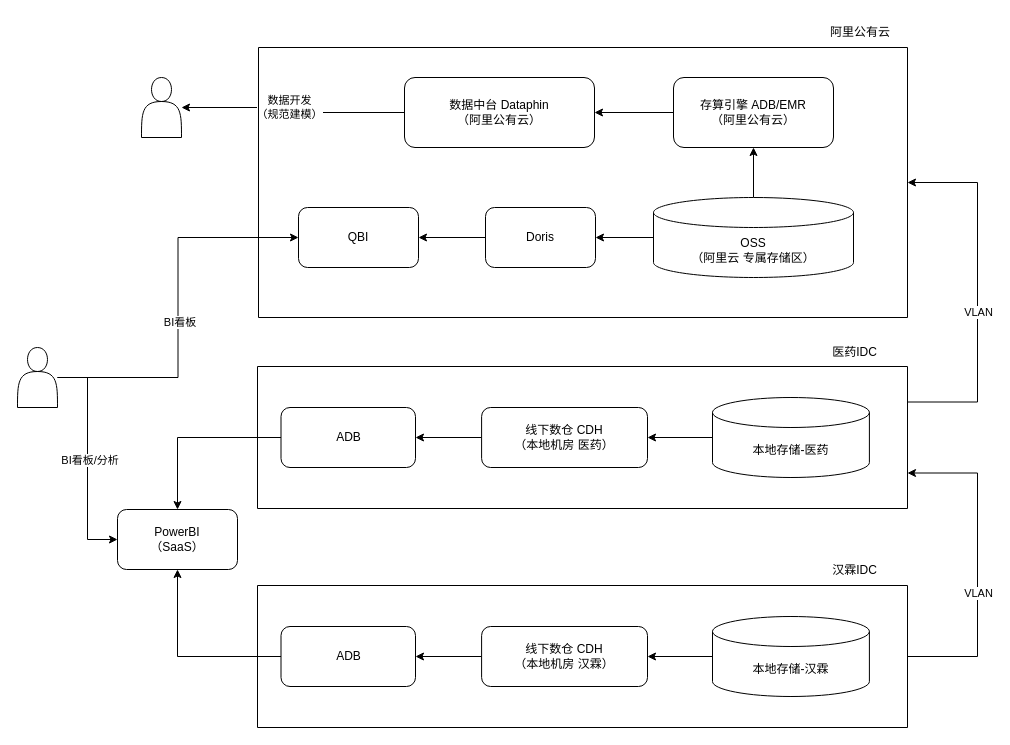
Before: public/医药数据中台及BI.drawio in leestar991/agi-proxy, a draw.io diagram. Source tidied: cells renumbered, new cells numbered last; positions are measured from the earlier drawing's top-left corner, leaving out a move shared by most shapes. Both pictures are drawn from the tidied source at 100%, with x=0, y=0 at pixel (17, 17).
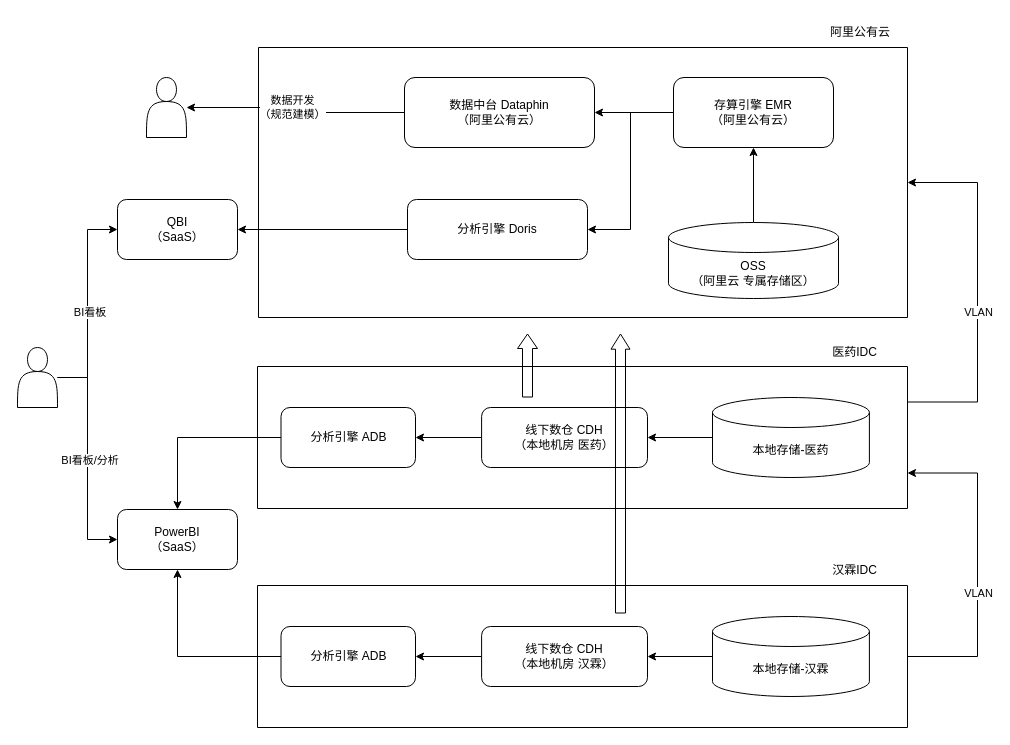
After the change.

Commit message:
更新医药数据中台及BI.drawio

The change refers to these unchanged cells:
```xml
<mxCell id="22" style="group;" parent="1" vertex="1">
  <mxGeometry x="240" y="320" width="650" height="171" as="geometry" />
</mxCell>
<mxCell id="28" style="swimlane;startSize=0;" parent="22" vertex="1">
  <mxGeometry y="29" width="650" height="142" as="geometry" />
</mxCell>
<mxCell id="30" style="group;" parent="1" vertex="1">
  <mxGeometry x="240" y="538" width="650" height="172" as="geometry" />
</mxCell>
```

What changed in the source:
```diff
@@
+    <mxCell id="44" style="edgeStyle=orthogonalEdgeStyle;rounded=0;jettySize=auto;html=1;entryX=1;entryY=0.5;entryDx=0;entryDy=0;" parent="1" edge="1" source="6" target="12">
+      <mxGeometry relative="1" as="geometry" />
+    </mxCell>
-    <mxCell id="6" value="存算引擎&amp;nbsp;&lt;span style=&quot;background-color: initial;&quot;&gt;ADB/EMR&lt;/span&gt;&lt;div&gt;&lt;span style=&quot;background-color: initial;&quot;&gt;（阿里公有云）&lt;/span&gt;&lt;/div&gt;" style="rounded=1;whiteSpace=wrap;html=1;" parent="1" vertex="1">
+    <mxCell id="6" value="存算引擎&amp;nbsp;&lt;span style=&quot;background-color: initial;&quot;&gt;EMR&lt;/span&gt;&lt;div&gt;&lt;span style=&quot;background-color: initial;&quot;&gt;（阿里公有云）&lt;/span&gt;&lt;/div&gt;" style="rounded=1;whiteSpace=wrap;html=1;" parent="1" vertex="1">
       <mxGeometry x="656" y="60" width="160" height="70" as="geometry" />
     </mxCell>
@@
-    <mxCell id="8" style="edgeStyle=orthogonalEdgeStyle;rounded=0;jettySize=auto;html=1;" parent="1" edge="1" source="9" target="12">
-      <mxGeometry relative="1" as="geometry" />
-    </mxCell>
     <mxCell id="9" value="OSS&lt;div&gt;（阿里云 专属存储区）&lt;/div&gt;" style="shape=cylinder3;whiteSpace=wrap;html=1;boundedLbl=1;backgroundOutline=1;size=15;" parent="1" vertex="1">
-      <mxGeometry x="636" y="180" width="200" height="80" as="geometry" />
+      <mxGeometry x="651" y="205" width="170" height="76" as="geometry" />
     </mxCell>
     <mxCell id="10" style="shape=actor;whiteSpace=wrap;html=1;" parent="1" vertex="1">
-      <mxGeometry x="124" y="60" width="40" height="60" as="geometry" />
+      <mxGeometry x="129" y="60" width="40" height="60" as="geometry" />
     </mxCell>
@@
-    <mxCell id="12" value="Doris" style="rounded=1;whiteSpace=wrap;html=1;" parent="1" vertex="1">
-      <mxGeometry x="468" y="190" width="110" height="60" as="geometry" />
+    <mxCell id="12" value="分析引擎 Doris" style="rounded=1;whiteSpace=wrap;html=1;" parent="1" vertex="1">
+      <mxGeometry x="390" y="182" width="180" height="60" as="geometry" />
     </mxCell>
-    <mxCell id="13" value="QBI" style="rounded=1;whiteSpace=wrap;html=1;" parent="1" vertex="1">
-      <mxGeometry x="281" y="190" width="120" height="60" as="geometry" />
+    <mxCell id="13" value="QBI&lt;div&gt;（SaaS）&lt;/div&gt;" style="rounded=1;whiteSpace=wrap;html=1;" parent="1" vertex="1">
+      <mxGeometry x="100" y="182" width="120" height="60" as="geometry" />
     </mxCell>
@@
-    <mxCell id="27" value="ADB" style="rounded=1;whiteSpace=wrap;html=1;" parent="22" vertex="1">
+    <mxCell id="27" value="分析引擎&lt;span style=&quot;background-color: initial;&quot;&gt;&amp;nbsp;ADB&lt;/span&gt;" style="rounded=1;whiteSpace=wrap;html=1;" parent="22" vertex="1">
       <mxGeometry x="23.5" y="70" width="134.5" height="60" as="geometry" />
     </mxCell>
@@
+    <mxCell id="45" style="shape=flexArrow;endArrow=classic;html=1;rounded=0;endWidth=9;endSize=4.5;" parent="28" edge="1">
+      <mxGeometry relative="1" as="geometry">
+        <mxPoint x="270" y="31" as="sourcePoint" />
+        <mxPoint x="270" y="-33" as="targetPoint" />
+      </mxGeometry>
+    </mxCell>
+    <mxCell id="46" style="shape=flexArrow;endArrow=classic;html=1;rounded=0;endWidth=8;endSize=4.73;" parent="28" edge="1">
+      <mxGeometry relative="1" as="geometry">
+        <mxPoint x="363" y="247" as="sourcePoint" />
+        <mxPoint x="363" y="-33" as="targetPoint" />
+      </mxGeometry>
+    </mxCell>
@@
-    <mxCell id="35" value="ADB" style="rounded=1;whiteSpace=wrap;html=1;" parent="30" vertex="1">
+    <mxCell id="35" value="分析引擎 ADB" style="rounded=1;whiteSpace=wrap;html=1;" parent="30" vertex="1">
       <mxGeometry x="23.5" y="71" width="134.5" height="60" as="geometry" />
     </mxCell>
```
